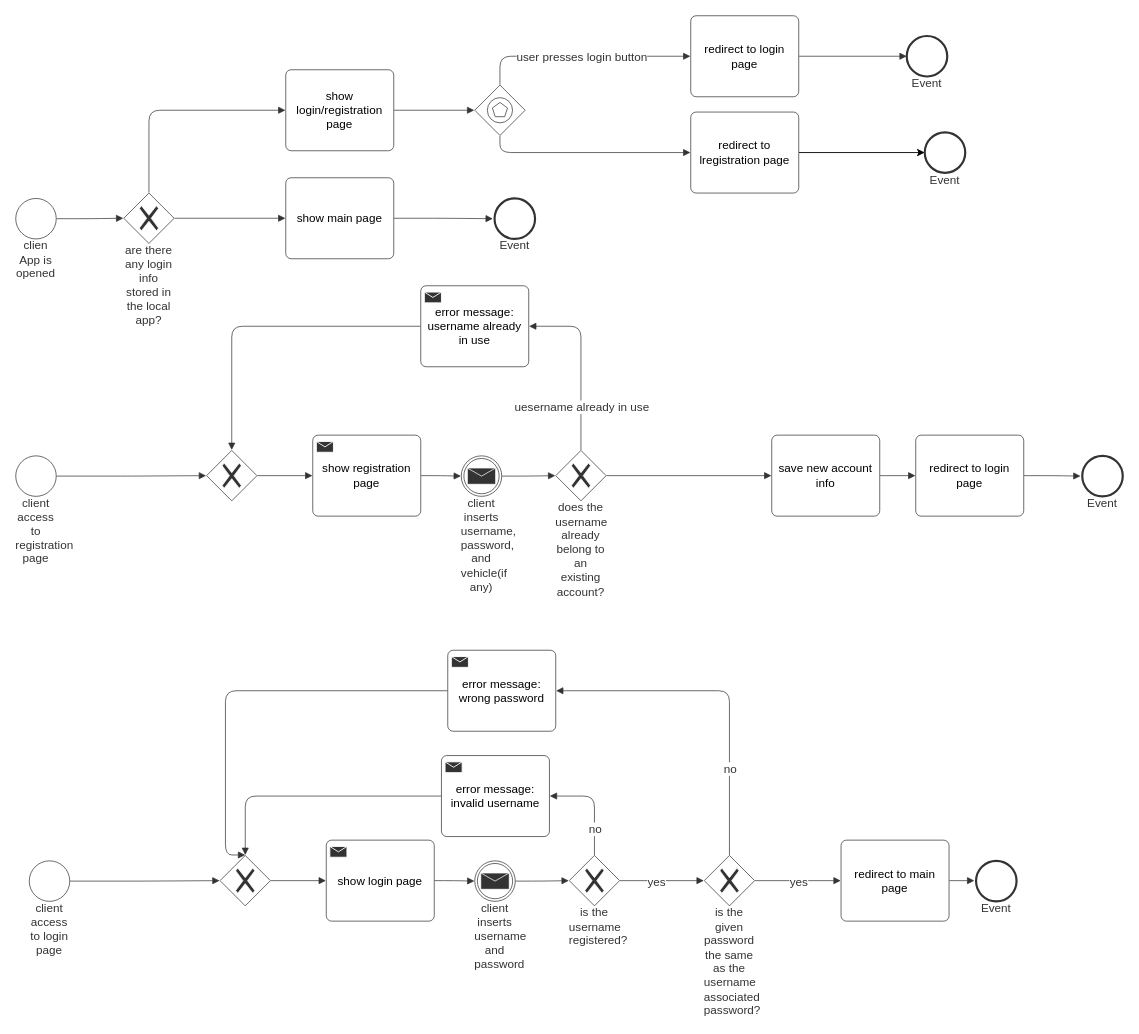
This is Diagramma senza titolo.drawio from Alessandro-DeFlorio/For_homeworks, a draw.io file, before an edit. Source tidied: cells renumbered, new cells numbered last; positions are measured from the earlier drawing's top-left corner, leaving out a move shared by most shapes. Both pictures are drawn from the tidied source at 90%, with x=0, y=0 at pixel (15, 15).
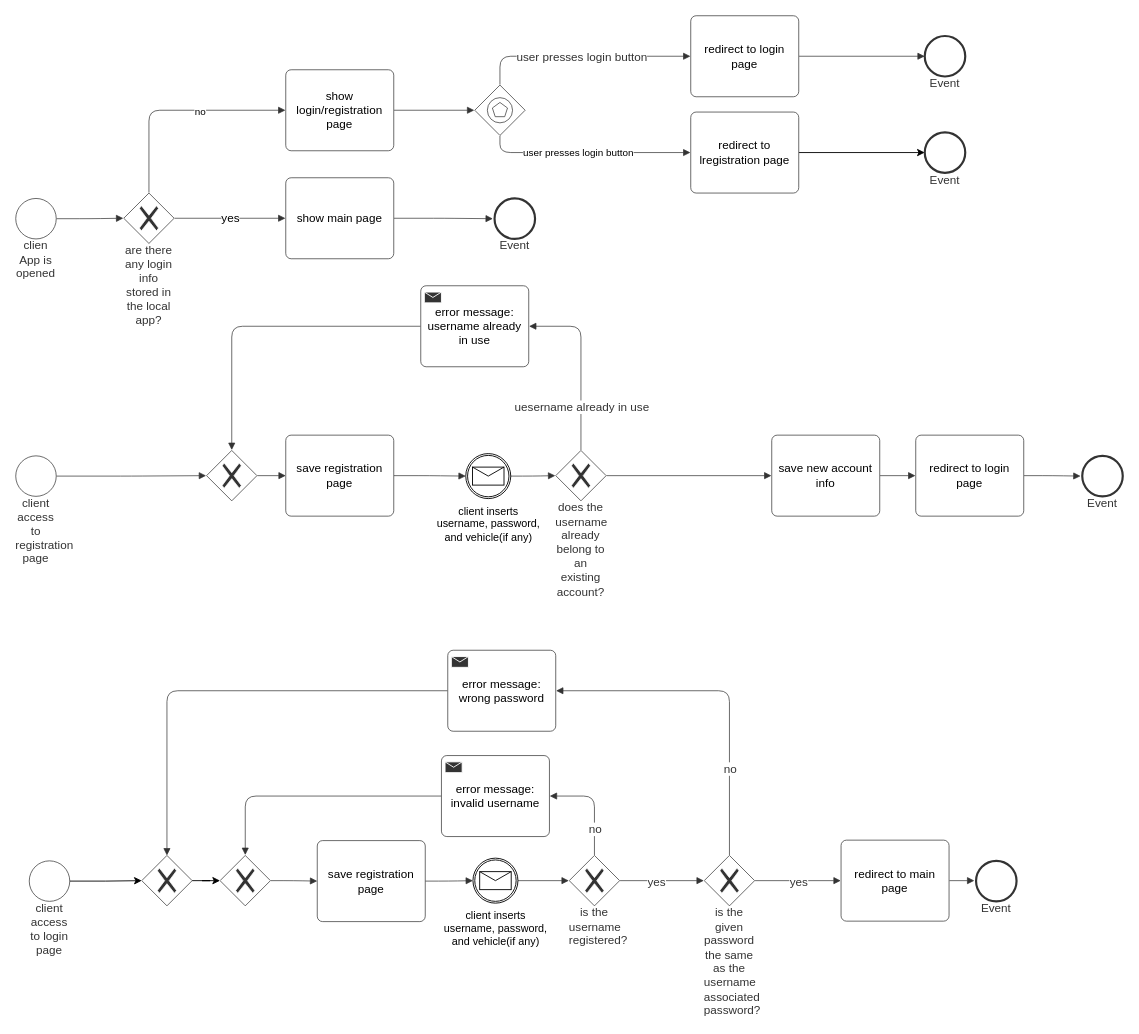
After the change.

The change refers to these unchanged cells:
```xml
<mxCell id="3" value="are  there any login info stored in the local app?" style="html=1;overflow=block;blockSpacing=1;shape=mxgraph.bpmn.shape;perimeter=rhombusPerimeter;background=gateway;verticalLabelPosition=bottom;verticalAlign=top;outline=none;symbol=exclusiveGw;strokeColor=#333333;strokeOpacity=100;fillOpacity=100;rounded=1;absoluteArcSize=1;arcSize=12;fillColor=#ffffff;strokeWidth=0.8;whiteSpace=wrap;fontSize=13;fontColor=#333333;align=center;spacing=0;" parent="1" vertex="1">
  <mxGeometry x="120" y="197" width="56" height="56" as="geometry" />
</mxCell>
<mxCell id="6" value="show main page" style="html=1;overflow=block;blockSpacing=1;whiteSpace=wrap;fontSize=13;spacing=3.8;strokeColor=#333333;strokeOpacity=100;fillOpacity=100;rounded=1;absoluteArcSize=1;arcSize=12;fillColor=#ffffff;strokeWidth=0.8;" parent="1" vertex="1">
  <mxGeometry x="300" y="180" width="120" height="90" as="geometry" />
</mxCell>
<mxCell id="10" style="html=1;jettySize=18;whiteSpace=wrap;fontSize=13;strokeColor=#333333;strokeOpacity=100;strokeWidth=0.8;rounded=1;arcSize=24;edgeStyle=orthogonalEdgeStyle;startArrow=none;endArrow=block;endFill=1;exitX=0.5;exitY=-0.009;exitPerimeter=0;entryX=-0.003;entryY=0.5;entryPerimeter=0;" parent="1" edge="1" source="3" target="9">
  <mxGeometry relative="1" as="geometry" />
</mxCell>
<mxCell id="18" style="html=1;jettySize=18;whiteSpace=wrap;fontSize=13;strokeColor=#333333;strokeOpacity=100;strokeWidth=0.8;rounded=1;arcSize=24;edgeStyle=orthogonalEdgeStyle;startArrow=none;endArrow=block;endFill=1;exitX=0.5;exitY=1.009;exitPerimeter=0;entryX=-0.003;entryY=0.5;entryPerimeter=0;" parent="1" edge="1" source="11" target="15">
  <mxGeometry relative="1" as="geometry" />
</mxCell>
<mxCell id="23" style="html=1;overflow=block;blockSpacing=1;shape=mxgraph.bpmn.shape;perimeter=rhombusPerimeter;background=gateway;verticalLabelPosition=bottom;verticalAlign=top;outline=none;symbol=exclusiveGw;strokeColor=#333333;strokeOpacity=100;fillOpacity=100;rounded=1;absoluteArcSize=1;arcSize=12;fillColor=#ffffff;strokeWidth=0.8;whiteSpace=wrap;fontSize=13;align=center;spacing=0;" parent="1" vertex="1">
  <mxGeometry x="212" y="483" width="56" height="56" as="geometry" />
</mxCell>
<mxCell id="27" value="does the username already belong to an existing account?" style="html=1;overflow=block;blockSpacing=1;shape=mxgraph.bpmn.shape;perimeter=rhombusPerimeter;background=gateway;verticalLabelPosition=bottom;verticalAlign=top;outline=none;symbol=exclusiveGw;strokeColor=#333333;strokeOpacity=100;fillOpacity=100;rounded=1;absoluteArcSize=1;arcSize=12;fillColor=#ffffff;strokeWidth=0.8;whiteSpace=wrap;fontSize=13;fontColor=#333333;align=center;spacing=0;" parent="1" vertex="1">
  <mxGeometry x="600" y="483" width="56" height="56" as="geometry" />
</mxCell>
<mxCell id="43" value="client access to login page" style="html=1;overflow=block;blockSpacing=1;whiteSpace=wrap;shape=mxgraph.bpmn.shape;verticalLabelPosition=bottom;verticalAlign=top;outline=standard;fontSize=13;fontColor=#333333;align=center;spacing=0;strokeColor=#333333;strokeOpacity=100;fillOpacity=100;rounded=1;absoluteArcSize=1;arcSize=12;fillColor=#ffffff;strokeWidth=0.8;" parent="1" vertex="1">
  <mxGeometry x="15" y="939" width="45" height="45" as="geometry" />
</mxCell>
<mxCell id="44" style="html=1;overflow=block;blockSpacing=1;shape=mxgraph.bpmn.shape;perimeter=rhombusPerimeter;background=gateway;verticalLabelPosition=bottom;verticalAlign=top;outline=none;symbol=exclusiveGw;strokeColor=#333333;strokeOpacity=100;fillOpacity=100;rounded=1;absoluteArcSize=1;arcSize=12;fillColor=#ffffff;strokeWidth=0.8;whiteSpace=wrap;fontSize=13;align=center;spacing=0;" parent="1" vertex="1">
  <mxGeometry x="227" y="933" width="56" height="56" as="geometry" />
</mxCell>
<mxCell id="48" value="is the username registered?" style="html=1;overflow=block;blockSpacing=1;shape=mxgraph.bpmn.shape;perimeter=rhombusPerimeter;background=gateway;verticalLabelPosition=bottom;verticalAlign=top;outline=none;symbol=exclusiveGw;strokeColor=#333333;strokeOpacity=100;fillOpacity=100;rounded=1;absoluteArcSize=1;arcSize=12;fillColor=#ffffff;strokeWidth=0.8;whiteSpace=wrap;fontSize=13;fontColor=#333333;align=center;spacing=0;" parent="1" vertex="1">
  <mxGeometry x="615" y="933" width="56" height="56" as="geometry" />
</mxCell>
<mxCell id="66" value="error message:&#10;wrong password" style="html=1;overflow=block;blockSpacing=1;whiteSpace=wrap;fontSize=13;spacing=3.8;strokeColor=#333333;strokeOpacity=100;fillOpacity=100;rounded=1;absoluteArcSize=1;arcSize=12;fillColor=#ffffff;strokeWidth=0.8;" parent="1" vertex="1">
  <mxGeometry x="480" y="705" width="120" height="90" as="geometry" />
</mxCell>
```

Change to the diagram source:
```diff
@@
-    <mxCell id="5" style="html=1;jettySize=18;whiteSpace=wrap;fontSize=13;strokeColor=#333333;strokeOpacity=100;strokeWidth=0.8;rounded=1;arcSize=24;edgeStyle=orthogonalEdgeStyle;startArrow=none;endArrow=block;endFill=1;exitX=1.009;exitY=0.5;exitPerimeter=0;entryX=-0.003;entryY=0.5;entryPerimeter=0;" parent="1" edge="1" source="3" target="6">
+    <mxCell id="5" value="yes" style="html=1;jettySize=18;whiteSpace=wrap;fontSize=13;strokeColor=#333333;strokeOpacity=100;strokeWidth=0.8;rounded=1;arcSize=24;edgeStyle=orthogonalEdgeStyle;startArrow=none;endArrow=block;endFill=1;exitX=1.009;exitY=0.5;exitPerimeter=0;entryX=-0.003;entryY=0.5;entryPerimeter=0;" parent="1" edge="1" source="3" target="6">
       <mxGeometry relative="1" as="geometry" />
     </mxCell>
@@
+    <mxCell id="71" value="no" style="edgeLabel;html=1;align=center;verticalAlign=middle;" parent="10" vertex="1">
+      <mxGeometry x="0.22" y="-1" relative="1" as="geometry" />
+    </mxCell>
@@
+    <mxCell id="72" value="user presses login button" style="edgeLabel;html=1;align=center;verticalAlign=middle;" parent="18" vertex="1">
+      <mxGeometry x="-0.09" y="1" relative="1" as="geometry" />
+    </mxCell>
     <mxCell id="19" value="Event" style="html=1;overflow=block;blockSpacing=1;whiteSpace=wrap;shape=mxgraph.bpmn.shape;verticalLabelPosition=bottom;verticalAlign=top;outline=end;fontSize=13;fontColor=#333333;align=center;spacing=0;strokeColor=#333333;strokeOpacity=100;fillOpacity=100;rounded=1;absoluteArcSize=1;arcSize=12;fillColor=#ffffff;strokeWidth=0.8;" parent="1" vertex="1">
-      <mxGeometry x="990" y="22.5" width="45" height="45" as="geometry" />
+      <mxGeometry x="1010" y="22.5" width="45" height="45" as="geometry" />
     </mxCell>
@@
-    <mxCell id="24" value="client  inserts username, password, and vehicle(if any)" style="html=1;overflow=block;blockSpacing=1;whiteSpace=wrap;shape=mxgraph.bpmn.shape;verticalLabelPosition=bottom;verticalAlign=top;outline=throwing;symbol=message;fontSize=13;fontColor=#333333;align=center;spacing=0;strokeColor=#333333;strokeOpacity=100;fillOpacity=100;rounded=1;absoluteArcSize=1;arcSize=12;fillColor=#ffffff;strokeWidth=0.8;" parent="1" vertex="1">
-      <mxGeometry x="495" y="489" width="45" height="45" as="geometry" />
-    </mxCell>
-    <mxCell id="25" value="show registration page" style="html=1;overflow=block;blockSpacing=1;whiteSpace=wrap;fontSize=13;spacing=3.8;strokeColor=#333333;strokeOpacity=100;fillOpacity=100;rounded=1;absoluteArcSize=1;arcSize=12;fillColor=#ffffff;strokeWidth=0.8;" parent="1" vertex="1">
-      <mxGeometry x="330" y="466" width="120" height="90" as="geometry" />
-    </mxCell>
-    <mxCell id="26" style="shape=message;strokeColor=#ffffff;fillColor=#333333;" parent="25" vertex="1">
-      <mxGeometry width="19" height="12" relative="1" as="geometry">
-        <mxPoint x="4" y="7" as="offset" />
-      </mxGeometry>
-    </mxCell>
@@
-    <mxCell id="34" style="html=1;jettySize=18;whiteSpace=wrap;fontSize=13;strokeColor=#333333;strokeOpacity=100;strokeWidth=0.8;rounded=1;arcSize=24;edgeStyle=orthogonalEdgeStyle;startArrow=none;endArrow=block;endFill=1;exitX=1.009;exitY=0.5;exitPerimeter=0;entryX=-0.003;entryY=0.5;entryPerimeter=0;" parent="1" edge="1" source="23" target="25">
+    <mxCell id="34" style="html=1;jettySize=18;whiteSpace=wrap;fontSize=13;strokeColor=#333333;strokeOpacity=100;strokeWidth=0.8;rounded=1;arcSize=24;edgeStyle=orthogonalEdgeStyle;startArrow=none;endArrow=block;endFill=1;exitX=1.009;exitY=0.5;exitPerimeter=0;entryX=0;entryY=0.5;entryDx=0;entryDy=0;" parent="1" edge="1" source="23" target="76">
       <mxGeometry relative="1" as="geometry" />
     </mxCell>
-    <mxCell id="35" style="html=1;jettySize=18;whiteSpace=wrap;fontSize=13;strokeColor=#333333;strokeOpacity=100;strokeWidth=0.8;rounded=1;arcSize=24;edgeStyle=orthogonalEdgeStyle;startArrow=none;endArrow=block;endFill=1;exitX=1.003;exitY=0.5;exitPerimeter=0;entryX=-0.008;entryY=0.5;entryPerimeter=0;" parent="1" edge="1" source="25" target="24">
+    <mxCell id="35" style="html=1;jettySize=18;whiteSpace=wrap;fontSize=13;strokeColor=#333333;strokeOpacity=100;strokeWidth=0.8;rounded=1;arcSize=24;edgeStyle=orthogonalEdgeStyle;startArrow=none;endArrow=block;endFill=1;exitX=1;exitY=0.5;entryX=0;entryY=0.5;entryPerimeter=0;entryDx=0;entryDy=0;exitDx=0;exitDy=0;" parent="1" edge="1" source="76" target="74">
       <mxGeometry relative="1" as="geometry" />
     </mxCell>
-    <mxCell id="36" style="html=1;jettySize=18;whiteSpace=wrap;fontSize=13;strokeColor=#333333;strokeOpacity=100;strokeWidth=0.8;rounded=1;arcSize=24;edgeStyle=orthogonalEdgeStyle;startArrow=none;endArrow=block;endFill=1;exitX=1.008;exitY=0.5;exitPerimeter=0;entryX=-0.009;entryY=0.5;entryPerimeter=0;" parent="1" edge="1" source="24" target="27">
+    <mxCell id="36" style="html=1;jettySize=18;whiteSpace=wrap;fontSize=13;strokeColor=#333333;strokeOpacity=100;strokeWidth=0.8;rounded=1;arcSize=24;edgeStyle=orthogonalEdgeStyle;startArrow=none;endArrow=block;endFill=1;exitX=1;exitY=0.5;exitPerimeter=0;entryX=-0.009;entryY=0.5;entryPerimeter=0;exitDx=0;exitDy=0;" parent="1" edge="1" source="74" target="27">
       <mxGeometry relative="1" as="geometry" />
     </mxCell>
@@
+    <mxCell id="73" style="edgeStyle=orthogonalEdgeStyle;rounded=0;jettySize=auto;html=1;entryX=0;entryY=0.5;entryDx=0;entryDy=0;" parent="1" edge="1" source="43" target="79">
+      <mxGeometry relative="1" as="geometry" />
+    </mxCell>
@@
-    <mxCell id="45" value="client  inserts username and password" style="html=1;overflow=block;blockSpacing=1;whiteSpace=wrap;shape=mxgraph.bpmn.shape;verticalLabelPosition=bottom;verticalAlign=top;outline=throwing;symbol=message;fontSize=13;fontColor=#333333;align=center;spacing=0;strokeColor=#333333;strokeOpacity=100;fillOpacity=100;rounded=1;absoluteArcSize=1;arcSize=12;fillColor=#ffffff;strokeWidth=0.8;" parent="1" vertex="1">
-      <mxGeometry x="510" y="939" width="45" height="45" as="geometry" />
-    </mxCell>
-    <mxCell id="46" value="show login page" style="html=1;overflow=block;blockSpacing=1;whiteSpace=wrap;fontSize=13;spacing=3.8;strokeColor=#333333;strokeOpacity=100;fillOpacity=100;rounded=1;absoluteArcSize=1;arcSize=12;fillColor=#ffffff;strokeWidth=0.8;" parent="1" vertex="1">
-      <mxGeometry x="345" y="916" width="120" height="90" as="geometry" />
-    </mxCell>
-    <mxCell id="47" style="shape=message;strokeColor=#ffffff;fillColor=#333333;" parent="46" vertex="1">
-      <mxGeometry width="19" height="12" relative="1" as="geometry">
-        <mxPoint x="4" y="7" as="offset" />
-      </mxGeometry>
-    </mxCell>
@@
-    <mxCell id="53" style="html=1;jettySize=18;whiteSpace=wrap;fontSize=13;strokeColor=#333333;strokeOpacity=100;strokeWidth=0.8;rounded=1;arcSize=24;edgeStyle=orthogonalEdgeStyle;startArrow=none;endArrow=block;endFill=1;exitX=1.008;exitY=0.5;exitPerimeter=0;entryX=-0.009;entryY=0.5;entryPerimeter=0;" parent="1" edge="1" source="43" target="44">
-      <mxGeometry relative="1" as="geometry" />
-    </mxCell>
-    <mxCell id="54" style="html=1;jettySize=18;whiteSpace=wrap;fontSize=13;strokeColor=#333333;strokeOpacity=100;strokeWidth=0.8;rounded=1;arcSize=24;edgeStyle=orthogonalEdgeStyle;startArrow=none;endArrow=block;endFill=1;exitX=1.009;exitY=0.5;exitPerimeter=0;entryX=-0.003;entryY=0.5;entryPerimeter=0;" parent="1" edge="1" source="44" target="46">
+    <mxCell id="54" style="html=1;jettySize=18;whiteSpace=wrap;fontSize=13;strokeColor=#333333;strokeOpacity=100;strokeWidth=0.8;rounded=1;arcSize=24;edgeStyle=orthogonalEdgeStyle;startArrow=none;endArrow=block;endFill=1;exitX=1.009;exitY=0.5;exitPerimeter=0;entryX=0;entryY=0.5;entryDx=0;entryDy=0;" parent="1" edge="1" source="44" target="77">
       <mxGeometry relative="1" as="geometry" />
     </mxCell>
-    <mxCell id="55" style="html=1;jettySize=18;whiteSpace=wrap;fontSize=13;strokeColor=#333333;strokeOpacity=100;strokeWidth=0.8;rounded=1;arcSize=24;edgeStyle=orthogonalEdgeStyle;startArrow=none;endArrow=block;endFill=1;exitX=1.003;exitY=0.5;exitPerimeter=0;entryX=-0.008;entryY=0.5;entryPerimeter=0;" parent="1" edge="1" source="46" target="45">
+    <mxCell id="55" style="html=1;jettySize=18;whiteSpace=wrap;fontSize=13;strokeColor=#333333;strokeOpacity=100;strokeWidth=0.8;rounded=1;arcSize=24;edgeStyle=orthogonalEdgeStyle;startArrow=none;endArrow=block;endFill=1;exitX=1;exitY=0.5;entryX=0;entryY=0.5;entryPerimeter=0;entryDx=0;entryDy=0;exitDx=0;exitDy=0;" parent="1" edge="1" source="77" target="75">
       <mxGeometry relative="1" as="geometry" />
     </mxCell>
-    <mxCell id="56" style="html=1;jettySize=18;whiteSpace=wrap;fontSize=13;strokeColor=#333333;strokeOpacity=100;strokeWidth=0.8;rounded=1;arcSize=24;edgeStyle=orthogonalEdgeStyle;startArrow=none;endArrow=block;endFill=1;exitX=1.008;exitY=0.5;exitPerimeter=0;entryX=-0.009;entryY=0.5;entryPerimeter=0;" parent="1" edge="1" source="45" target="48">
+    <mxCell id="56" style="html=1;jettySize=18;whiteSpace=wrap;fontSize=13;strokeColor=#333333;strokeOpacity=100;strokeWidth=0.8;rounded=1;arcSize=24;edgeStyle=orthogonalEdgeStyle;startArrow=none;endArrow=block;endFill=1;exitX=1;exitY=0.5;exitPerimeter=0;entryX=-0.009;entryY=0.5;entryPerimeter=0;exitDx=0;exitDy=0;" parent="1" edge="1" source="75" target="48">
       <mxGeometry relative="1" as="geometry" />
     </mxCell>
@@
-    <mxCell id="70" style="html=1;jettySize=18;whiteSpace=wrap;fontSize=13;strokeColor=#333333;strokeOpacity=100;strokeWidth=0.8;rounded=1;arcSize=24;edgeStyle=orthogonalEdgeStyle;startArrow=none;endArrow=block;endFill=1;exitX=-0.003;exitY=0.5;exitPerimeter=0;entryX=0.5;entryY=-0.009;entryPerimeter=0;" parent="1" edge="1" source="66" target="44">
+    <mxCell id="70" style="html=1;jettySize=18;whiteSpace=wrap;fontSize=13;strokeColor=#333333;strokeOpacity=100;strokeWidth=0.8;rounded=1;arcSize=24;edgeStyle=orthogonalEdgeStyle;startArrow=none;endArrow=block;endFill=1;exitX=-0.003;exitY=0.5;exitPerimeter=0;entryX=0.5;entryY=0;entryDx=0;entryDy=0;" parent="1" edge="1" source="66" target="79">
       <mxGeometry relative="1" as="geometry">
         <Array as="points">
-          <mxPoint x="233" y="750" />
-          <mxPoint x="233" y="933" />
+          <mxPoint x="168" y="750" />
         </Array>
       </mxGeometry>
     </mxCell>
+    <mxCell id="74" value="client  inserts&lt;br&gt;username, password,&lt;br&gt;and vehicle(if any)" style="points=[[0.145,0.145,0],[0.5,0,0],[0.855,0.145,0],[1,0.5,0],[0.855,0.855,0],[0.5,1,0],[0.145,0.855,0],[0,0.5,0]];shape=mxgraph.bpmn.event;html=1;verticalLabelPosition=bottom;labelBackgroundColor=none;verticalAlign=top;align=center;perimeter=ellipsePerimeter;outlineConnect=0;outline=boundInt;symbol=message;" parent="1" vertex="1">
+      <mxGeometry x="500" y="486.5" width="50" height="50" as="geometry" />
+    </mxCell>
+    <mxCell id="75" value="client  inserts&lt;br&gt;username, password,&lt;br&gt;and vehicle(if any)" style="points=[[0.145,0.145,0],[0.5,0,0],[0.855,0.145,0],[1,0.5,0],[0.855,0.855,0],[0.5,1,0],[0.145,0.855,0],[0,0.5,0]];shape=mxgraph.bpmn.event;html=1;verticalLabelPosition=bottom;labelBackgroundColor=none;verticalAlign=top;align=center;perimeter=ellipsePerimeter;outlineConnect=0;outline=boundInt;symbol=message;" parent="1" vertex="1">
+      <mxGeometry x="508" y="936" width="50" height="50" as="geometry" />
+    </mxCell>
+    <mxCell id="76" value="&lt;div&gt;save registration&lt;/div&gt;&lt;div&gt;page&lt;br&gt;&lt;/div&gt;" style="html=1;overflow=block;blockSpacing=1;whiteSpace=wrap;fontSize=13;spacing=3.8;strokeColor=#333333;strokeOpacity=100;fillOpacity=100;rounded=1;absoluteArcSize=1;arcSize=12;fillColor=#ffffff;strokeWidth=0.8;" parent="1" vertex="1">
+      <mxGeometry x="300" y="466" width="120" height="90" as="geometry" />
+    </mxCell>
+    <mxCell id="77" value="&lt;div&gt;save registration&lt;/div&gt;&lt;div&gt;page&lt;br&gt;&lt;/div&gt;" style="html=1;overflow=block;blockSpacing=1;whiteSpace=wrap;fontSize=13;spacing=3.8;strokeColor=#333333;strokeOpacity=100;fillOpacity=100;rounded=1;absoluteArcSize=1;arcSize=12;fillColor=#ffffff;strokeWidth=0.8;" parent="1" vertex="1">
+      <mxGeometry x="335" y="916.5" width="120" height="90" as="geometry" />
+    </mxCell>
+    <mxCell id="78" style="edgeStyle=orthogonalEdgeStyle;rounded=0;jettySize=auto;html=1;entryX=0;entryY=0.5;entryDx=0;entryDy=0;" parent="1" edge="1" source="79" target="44">
+      <mxGeometry relative="1" as="geometry" />
+    </mxCell>
+    <mxCell id="79" style="html=1;overflow=block;blockSpacing=1;shape=mxgraph.bpmn.shape;perimeter=rhombusPerimeter;background=gateway;verticalLabelPosition=bottom;verticalAlign=top;outline=none;symbol=exclusiveGw;strokeColor=#333333;strokeOpacity=100;fillOpacity=100;rounded=1;absoluteArcSize=1;arcSize=12;fillColor=#ffffff;strokeWidth=0.8;whiteSpace=wrap;fontSize=13;align=center;spacing=0;" parent="1" vertex="1">
+      <mxGeometry x="140" y="933" width="56" height="56" as="geometry" />
+    </mxCell>
```
